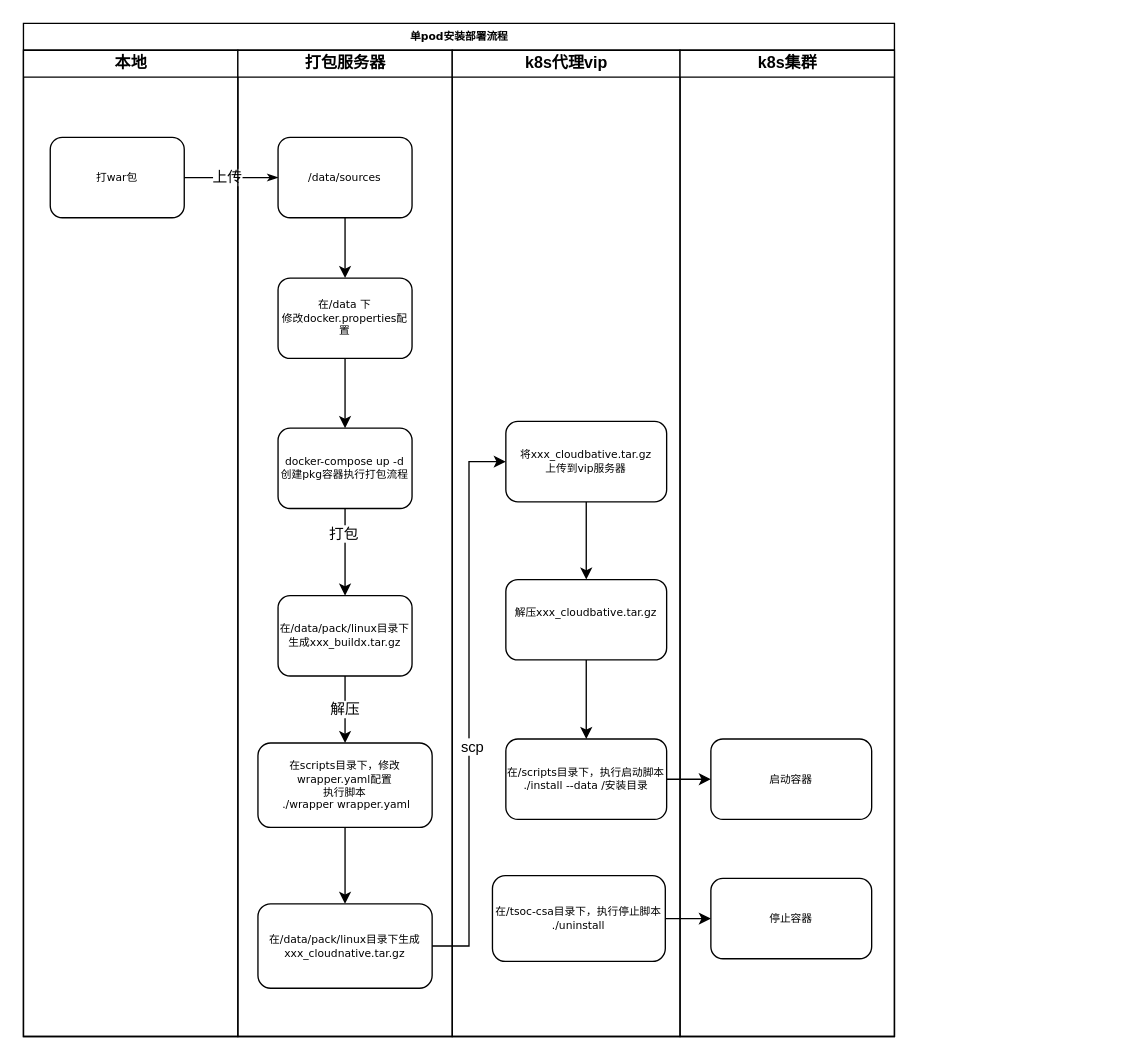
zuohengfeng/draw.io keeps this draw.io diagram as 未命名绘图.drawio. Above is the earlier version. Source tidied: cells renumbered, new cells numbered last; positions are measured from the earlier drawing's top-left corner, leaving out a move shared by most shapes. Both pictures are drawn from the tidied source at 134%, with x=0, y=0 at pixel (23, 23).
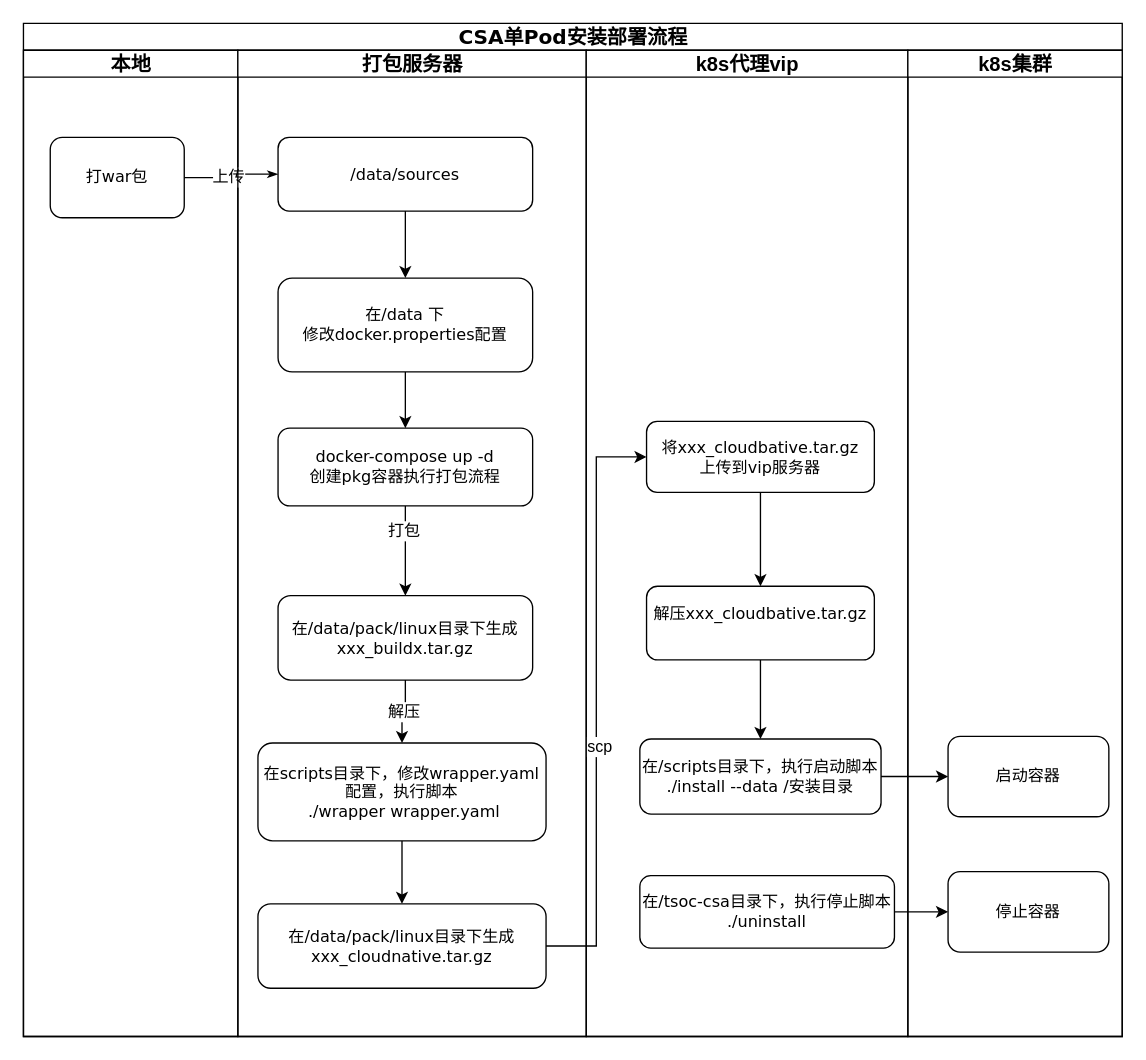
The same diagram, later.

Commit message:
CSA单Pod安装部署流程.drawio

The edit, as a diff of the source:
```diff
@@
-    <mxCell id="2" value="单pod安装部署流程" style="swimlane;html=1;startSize=20;rounded=0;shadow=0;labelBackgroundColor=none;strokeWidth=1;fontFamily=Verdana;fontSize=8;align=center;" parent="1" vertex="1">
-      <mxGeometry width="650" height="756" as="geometry" />
+    <mxCell id="2" value="&lt;font style=&quot;font-size: 15px;&quot;&gt;CSA单Pod安装部署流程&lt;/font&gt;" style="swimlane;html=1;startSize=20;rounded=0;shadow=0;labelBackgroundColor=none;strokeWidth=1;fontFamily=Verdana;fontSize=8;align=center;" parent="1" vertex="1">
+      <mxGeometry width="820" height="756" as="geometry" />
     </mxCell>
-    <mxCell id="3" value="本地" style="swimlane;html=1;startSize=20;" parent="2" vertex="1">
+    <mxCell id="3" value="&lt;font style=&quot;font-size: 15px;&quot;&gt;本地&lt;/font&gt;" style="swimlane;html=1;startSize=20;" parent="2" vertex="1">
       <mxGeometry y="20" width="160" height="736" as="geometry" />
     </mxCell>
-    <mxCell id="4" value="打war包" style="rounded=1;whiteSpace=wrap;html=1;shadow=0;labelBackgroundColor=none;strokeWidth=1;fontFamily=Verdana;fontSize=8;align=center;" parent="3" vertex="1">
+    <mxCell id="4" value="打war包" style="rounded=1;whiteSpace=wrap;html=1;shadow=0;labelBackgroundColor=none;strokeWidth=1;fontFamily=Verdana;fontSize=12;align=center;" parent="3" vertex="1">
       <mxGeometry x="20" y="65" width="100" height="60" as="geometry" />
     </mxCell>
-    <mxCell id="5" style="edgeStyle=orthogonalEdgeStyle;rounded=1;html=1;labelBackgroundColor=none;startArrow=none;startFill=0;startSize=5;endArrow=classicThin;endFill=1;endSize=5;jettySize=auto;strokeWidth=1;fontFamily=Verdana;fontSize=8;" parent="2" edge="1" source="4" target="10">
+    <mxCell id="5" style="edgeStyle=orthogonalEdgeStyle;rounded=1;html=1;labelBackgroundColor=none;startArrow=none;startFill=0;startSize=5;endArrow=classicThin;endFill=1;endSize=5;jettySize=auto;strokeWidth=1;fontFamily=Verdana;fontSize=12;" parent="2" edge="1" source="4" target="10">
       <mxGeometry relative="1" as="geometry" />
     </mxCell>
-    <mxCell id="6" value="上传" style="edgeLabel;html=1;align=center;verticalAlign=middle;" parent="5" vertex="1">
+    <mxCell id="6" value="上传" style="edgeLabel;html=1;align=center;verticalAlign=middle;fontSize=12;" parent="5" vertex="1">
       <mxGeometry x="-0.12" y="1" relative="1" as="geometry" />
     </mxCell>
@@
-    <mxCell id="8" value="打包服务器" style="swimlane;html=1;startSize=20;" parent="2" vertex="1">
-      <mxGeometry x="160" y="20" width="160" height="736" as="geometry" />
+    <mxCell id="8" value="&lt;font style=&quot;font-size: 15px;&quot;&gt;打包服务器&lt;/font&gt;" style="swimlane;html=1;startSize=20;" parent="2" vertex="1">
+      <mxGeometry x="160" y="20" width="260" height="736" as="geometry" />
     </mxCell>
-    <mxCell id="9" style="edgeStyle=orthogonalEdgeStyle;rounded=0;jettySize=auto;html=1;" parent="8" edge="1" source="10" target="12">
+    <mxCell id="9" style="edgeStyle=orthogonalEdgeStyle;rounded=0;jettySize=auto;html=1;fontSize=12;" parent="8" edge="1" source="10" target="12">
       <mxGeometry relative="1" as="geometry" />
     </mxCell>
-    <mxCell id="10" value="/data/sources" style="rounded=1;whiteSpace=wrap;html=1;shadow=0;labelBackgroundColor=none;strokeWidth=1;fontFamily=Verdana;fontSize=8;align=center;" parent="8" vertex="1">
-      <mxGeometry x="30" y="65" width="100" height="60" as="geometry" />
+    <mxCell id="10" value="/data/sources" style="rounded=1;whiteSpace=wrap;html=1;shadow=0;labelBackgroundColor=none;strokeWidth=1;fontFamily=Verdana;fontSize=12;align=center;" parent="8" vertex="1">
+      <mxGeometry x="30" y="65" width="190" height="55" as="geometry" />
     </mxCell>
-    <mxCell id="11" style="edgeStyle=orthogonalEdgeStyle;rounded=0;jettySize=auto;html=1;" parent="8" edge="1" source="12" target="15">
+    <mxCell id="11" style="edgeStyle=orthogonalEdgeStyle;rounded=0;jettySize=auto;html=1;fontSize=12;" parent="8" edge="1" source="12" target="15">
       <mxGeometry relative="1" as="geometry" />
     </mxCell>
-    <mxCell id="12" value="在/data 下&lt;br&gt;修改docker.properties配置" style="rounded=1;whiteSpace=wrap;html=1;shadow=0;labelBackgroundColor=none;strokeWidth=1;fontFamily=Verdana;fontSize=8;align=center;" parent="8" vertex="1">
-      <mxGeometry x="30" y="170" width="100" height="60" as="geometry" />
+    <mxCell id="12" value="在/data 下&lt;br style=&quot;font-size: 12px;&quot;&gt;修改docker.properties配置" style="rounded=1;whiteSpace=wrap;html=1;shadow=0;labelBackgroundColor=none;strokeWidth=1;fontFamily=Verdana;fontSize=12;align=center;" parent="8" vertex="1">
+      <mxGeometry x="30" y="170" width="190" height="70" as="geometry" />
     </mxCell>
-    <mxCell id="13" style="edgeStyle=orthogonalEdgeStyle;rounded=0;jettySize=auto;html=1;" parent="8" edge="1" source="15" target="17">
+    <mxCell id="13" style="edgeStyle=orthogonalEdgeStyle;rounded=0;jettySize=auto;html=1;fontSize=12;" parent="8" edge="1" source="15" target="17">
       <mxGeometry relative="1" as="geometry" />
     </mxCell>
-    <mxCell id="14" value="打包" style="edgeLabel;html=1;align=center;verticalAlign=middle;" parent="13" vertex="1">
+    <mxCell id="14" value="打包" style="edgeLabel;html=1;align=center;verticalAlign=middle;fontSize=12;" parent="13" vertex="1">
       <mxGeometry x="-0.46" y="-2" relative="1" as="geometry" />
     </mxCell>
-    <mxCell id="15" value="docker-compose up -d&lt;br&gt;创建pkg容器执行打包流程" style="rounded=1;whiteSpace=wrap;html=1;shadow=0;labelBackgroundColor=none;strokeWidth=1;fontFamily=Verdana;fontSize=8;align=center;" parent="8" vertex="1">
-      <mxGeometry x="30" y="282" width="100" height="60" as="geometry" />
+    <mxCell id="15" value="docker-compose up -d&lt;br style=&quot;font-size: 12px;&quot;&gt;创建pkg容器执行打包流程" style="rounded=1;whiteSpace=wrap;html=1;shadow=0;labelBackgroundColor=none;strokeWidth=1;fontFamily=Verdana;fontSize=12;align=center;" parent="8" vertex="1">
+      <mxGeometry x="30" y="282" width="190" height="58" as="geometry" />
     </mxCell>
-    <mxCell id="16" value="解压" style="edgeStyle=orthogonalEdgeStyle;rounded=0;jettySize=auto;html=1;" parent="8" edge="1" source="17" target="19">
+    <mxCell id="16" value="解压" style="edgeStyle=orthogonalEdgeStyle;rounded=0;jettySize=auto;html=1;fontSize=12;" parent="8" edge="1" source="17" target="19">
       <mxGeometry relative="1" as="geometry" />
     </mxCell>
-    <mxCell id="17" value="在/data/pack/linux目录下生成xxx_buildx.tar.gz" style="rounded=1;whiteSpace=wrap;html=1;shadow=0;labelBackgroundColor=none;strokeWidth=1;fontFamily=Verdana;fontSize=8;align=center;" parent="8" vertex="1">
-      <mxGeometry x="30" y="407" width="100" height="60" as="geometry" />
+    <mxCell id="17" value="在/data/pack/linux目录下生成xxx_buildx.tar.gz" style="rounded=1;whiteSpace=wrap;html=1;shadow=0;labelBackgroundColor=none;strokeWidth=1;fontFamily=Verdana;fontSize=12;align=center;" parent="8" vertex="1">
+      <mxGeometry x="30" y="407" width="190" height="63" as="geometry" />
     </mxCell>
-    <mxCell id="18" style="edgeStyle=orthogonalEdgeStyle;rounded=0;jettySize=auto;html=1;" parent="8" edge="1" source="19" target="20">
+    <mxCell id="18" style="edgeStyle=orthogonalEdgeStyle;rounded=0;jettySize=auto;html=1;fontSize=12;" parent="8" edge="1" source="19" target="20">
       <mxGeometry relative="1" as="geometry" />
     </mxCell>
-    <mxCell id="19" value="在scripts目录下，修改wrapper.yaml配置&lt;br&gt;执行脚本&lt;br&gt;&amp;nbsp;./wrapper wrapper.yaml" style="rounded=1;whiteSpace=wrap;html=1;shadow=0;labelBackgroundColor=none;strokeWidth=1;fontFamily=Verdana;fontSize=8;align=center;" parent="8" vertex="1">
-      <mxGeometry x="15" y="517" width="130" height="63" as="geometry" />
+    <mxCell id="19" value="在scripts目录下，修改wrapper.yaml配置，执行脚本&lt;br style=&quot;font-size: 12px;&quot;&gt;&amp;nbsp;./wrapper wrapper.yaml" style="rounded=1;whiteSpace=wrap;html=1;shadow=0;labelBackgroundColor=none;strokeWidth=1;fontFamily=Verdana;fontSize=12;align=center;" parent="8" vertex="1">
+      <mxGeometry x="15" y="517" width="215" height="73" as="geometry" />
     </mxCell>
-    <mxCell id="20" value="在/data/pack/linux目录下生成&lt;br&gt;xxx_cloudnative.tar.gz" style="rounded=1;whiteSpace=wrap;html=1;shadow=0;labelBackgroundColor=none;strokeWidth=1;fontFamily=Verdana;fontSize=8;align=center;" parent="8" vertex="1">
-      <mxGeometry x="15" y="637" width="130" height="63" as="geometry" />
+    <mxCell id="20" value="在/data/pack/linux目录下生成&lt;br style=&quot;font-size: 12px;&quot;&gt;xxx_cloudnative.tar.gz" style="rounded=1;whiteSpace=wrap;html=1;shadow=0;labelBackgroundColor=none;strokeWidth=1;fontFamily=Verdana;fontSize=12;align=center;" parent="8" vertex="1">
+      <mxGeometry x="15" y="637" width="215" height="63" as="geometry" />
     </mxCell>
-    <mxCell id="21" value="k8s代理vip" style="swimlane;html=1;startSize=20;" parent="2" vertex="1">
-      <mxGeometry x="320" y="20" width="170" height="736" as="geometry" />
+    <mxCell id="21" value="&lt;font style=&quot;font-size: 15px;&quot;&gt;k8s代理vip&lt;/font&gt;" style="swimlane;html=1;startSize=20;" parent="2" vertex="1">
+      <mxGeometry x="420" y="20" width="240" height="736" as="geometry" />
     </mxCell>
@@
-    <mxCell id="23" style="edgeStyle=orthogonalEdgeStyle;rounded=0;jettySize=auto;html=1;" parent="21" edge="1" source="24" target="26">
+    <mxCell id="23" style="edgeStyle=orthogonalEdgeStyle;rounded=0;jettySize=auto;html=1;fontSize=12;" parent="21" edge="1" source="24" target="26">
       <mxGeometry relative="1" as="geometry" />
     </mxCell>
-    <mxCell id="24" value="将xxx_cloudbative.tar.gz&lt;br&gt;上传到vip服务器" style="whiteSpace=wrap;html=1;fontSize=8;fontFamily=Verdana;rounded=1;shadow=0;labelBackgroundColor=none;strokeWidth=1;" parent="21" vertex="1">
-      <mxGeometry x="40" y="277" width="120" height="60" as="geometry" />
+    <mxCell id="24" value="将xxx_cloudbative.tar.gz&lt;br style=&quot;font-size: 12px;&quot;&gt;上传到vip服务器" style="whiteSpace=wrap;html=1;fontSize=12;fontFamily=Verdana;rounded=1;shadow=0;labelBackgroundColor=none;strokeWidth=1;" parent="21" vertex="1">
+      <mxGeometry x="45" y="277" width="170" height="53" as="geometry" />
     </mxCell>
-    <mxCell id="25" style="edgeStyle=orthogonalEdgeStyle;rounded=0;jettySize=auto;html=1;" parent="21" edge="1" source="26" target="27">
+    <mxCell id="25" style="edgeStyle=orthogonalEdgeStyle;rounded=0;jettySize=auto;html=1;fontSize=12;" parent="21" edge="1" source="26" target="27">
       <mxGeometry relative="1" as="geometry" />
     </mxCell>
-    <mxCell id="26" value="解压xxx_cloudbative.tar.gz&lt;div&gt;&lt;br/&gt;&lt;/div&gt;" style="whiteSpace=wrap;html=1;fontSize=8;fontFamily=Verdana;rounded=1;shadow=0;labelBackgroundColor=none;strokeWidth=1;" parent="21" vertex="1">
-      <mxGeometry x="40" y="395" width="120" height="60" as="geometry" />
+    <mxCell id="26" value="解压xxx_cloudbative.tar.gz&lt;div style=&quot;font-size: 12px;&quot;&gt;&lt;br style=&quot;font-size: 12px;&quot;&gt;&lt;/div&gt;" style="whiteSpace=wrap;html=1;fontSize=12;fontFamily=Verdana;rounded=1;shadow=0;labelBackgroundColor=none;strokeWidth=1;" parent="21" vertex="1">
+      <mxGeometry x="45" y="400" width="170" height="55" as="geometry" />
     </mxCell>
-    <mxCell id="27" value="在/scripts目录下，执行启动脚本&lt;br&gt;./install --data /安装目录" style="whiteSpace=wrap;html=1;fontSize=8;fontFamily=Verdana;rounded=1;shadow=0;labelBackgroundColor=none;strokeWidth=1;" parent="21" vertex="1">
-      <mxGeometry x="40" y="514" width="120" height="60" as="geometry" />
+    <mxCell id="27" value="在/scripts目录下，执行启动脚本&lt;br style=&quot;font-size: 12px;&quot;&gt;./install --data /安装目录" style="whiteSpace=wrap;html=1;fontSize=12;fontFamily=Verdana;rounded=1;shadow=0;labelBackgroundColor=none;strokeWidth=1;" parent="21" vertex="1">
+      <mxGeometry x="40" y="514" width="180" height="56" as="geometry" />
     </mxCell>
+    <mxCell id="37" value="在/tsoc-csa目录下，执行停止脚本&lt;br style=&quot;font-size: 12px;&quot;&gt;./uninstall" style="whiteSpace=wrap;html=1;fontSize=12;fontFamily=Verdana;rounded=1;shadow=0;labelBackgroundColor=none;strokeWidth=1;" parent="21" vertex="1">
+      <mxGeometry x="40" y="616" width="190" height="54" as="geometry" />
+    </mxCell>
+    <mxCell id="33" style="edgeStyle=orthogonalEdgeStyle;rounded=0;jettySize=auto;html=1;entryX=0;entryY=0.5;entryDx=0;entryDy=0;fontSize=12;" parent="2" edge="1" source="20" target="24">
+      <mxGeometry relative="1" as="geometry" />
+    </mxCell>
+    <mxCell id="34" value="scp" style="edgeLabel;html=1;align=center;verticalAlign=middle;fontSize=12;" parent="33" vertex="1">
+      <mxGeometry x="-0.15" y="-2" relative="1" as="geometry" />
+    </mxCell>
+    <mxCell id="35" style="edgeStyle=orthogonalEdgeStyle;rounded=0;jettySize=auto;html=1;fontSize=12;" parent="2" edge="1" source="27" target="31">
+      <mxGeometry relative="1" as="geometry" />
+    </mxCell>
-    <mxCell id="28" value="k8s集群" style="swimlane;html=1;startSize=20;" parent="2" vertex="1">
-      <mxGeometry x="490" y="20" width="160" height="736" as="geometry" />
+    <mxCell id="28" value="&lt;font style=&quot;font-size: 15px;&quot;&gt;k8s集群&lt;/font&gt;" style="swimlane;html=1;startSize=20;" parent="2" vertex="1">
+      <mxGeometry x="660" y="20" width="160" height="736" as="geometry" />
     </mxCell>
@@
-    <mxCell id="31" value="启动容器" style="whiteSpace=wrap;html=1;fontSize=8;fontFamily=Verdana;rounded=1;shadow=0;labelBackgroundColor=none;strokeWidth=1;" parent="28" vertex="1">
-      <mxGeometry x="23" y="514" width="120" height="60" as="geometry" />
+    <mxCell id="31" value="启动容器" style="whiteSpace=wrap;html=1;fontSize=12;fontFamily=Verdana;rounded=1;shadow=0;labelBackgroundColor=none;strokeWidth=1;" parent="28" vertex="1">
+      <mxGeometry x="30" y="512" width="120" height="60" as="geometry" />
     </mxCell>
-    <mxCell id="32" value="停止容器" style="whiteSpace=wrap;html=1;fontSize=8;fontFamily=Verdana;rounded=1;shadow=0;labelBackgroundColor=none;strokeWidth=1;" parent="28" vertex="1">
-      <mxGeometry x="23" y="618" width="120" height="60" as="geometry" />
+    <mxCell id="32" value="停止容器" style="whiteSpace=wrap;html=1;fontSize=12;fontFamily=Verdana;rounded=1;shadow=0;labelBackgroundColor=none;strokeWidth=1;" parent="28" vertex="1">
+      <mxGeometry x="30" y="613" width="120" height="60" as="geometry" />
     </mxCell>
-    <mxCell id="33" style="edgeStyle=orthogonalEdgeStyle;rounded=0;jettySize=auto;html=1;entryX=0;entryY=0.5;entryDx=0;entryDy=0;" parent="2" edge="1" source="20" target="24">
-      <mxGeometry relative="1" as="geometry" />
-    </mxCell>
-    <mxCell id="34" value="scp" style="edgeLabel;html=1;align=center;verticalAlign=middle;" parent="33" vertex="1">
-      <mxGeometry x="-0.15" y="-2" relative="1" as="geometry" />
-    </mxCell>
-    <mxCell id="35" style="edgeStyle=orthogonalEdgeStyle;rounded=0;jettySize=auto;html=1;" parent="2" edge="1" source="27" target="31">
-      <mxGeometry relative="1" as="geometry" />
-    </mxCell>
-    <mxCell id="36" style="edgeStyle=orthogonalEdgeStyle;rounded=0;jettySize=auto;html=1;" parent="1" edge="1" source="37" target="32">
+    <mxCell id="36" style="edgeStyle=orthogonalEdgeStyle;rounded=0;jettySize=auto;html=1;fontSize=12;" parent="2" edge="1" source="37" target="32">
       <mxGeometry relative="1" as="geometry" />
     </mxCell>
-    <mxCell id="37" value="在/tsoc-csa目录下，执行停止脚本&lt;br&gt;./uninstall" style="whiteSpace=wrap;html=1;fontSize=8;fontFamily=Verdana;rounded=1;shadow=0;labelBackgroundColor=none;strokeWidth=1;" parent="1" vertex="1">
-      <mxGeometry x="350" y="636" width="129" height="64" as="geometry" />
-    </mxCell>
```
